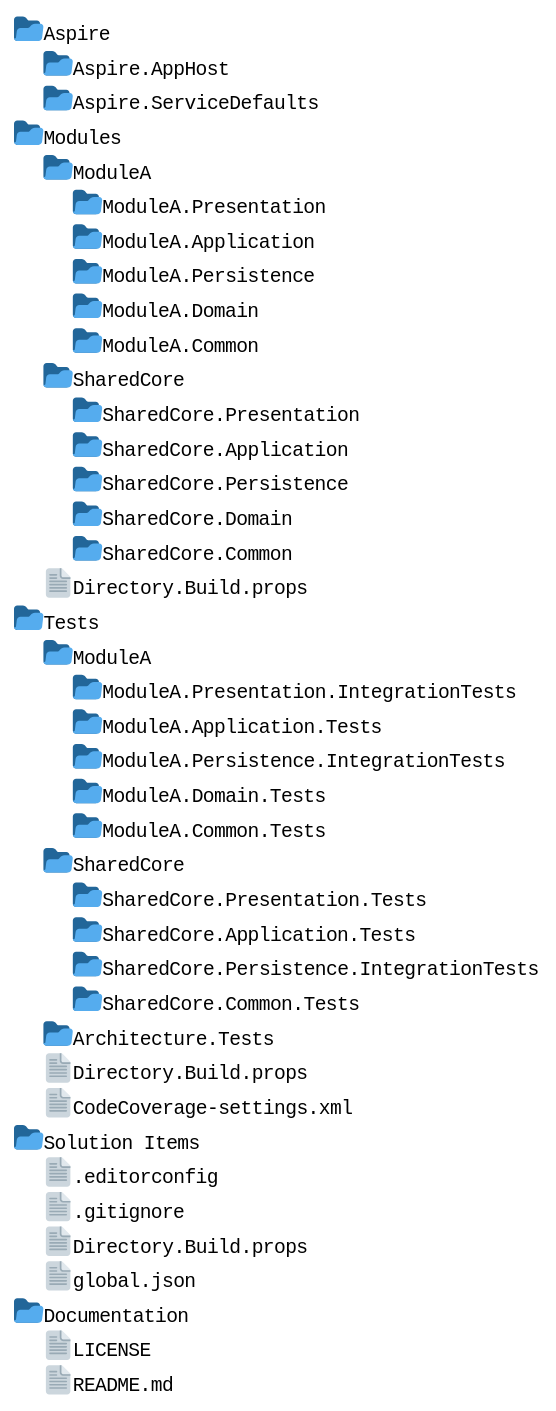
The PlantUML diagram docs/SolutionFolders.svg in p-martinho/Minimal.Api.Template, before a commit.
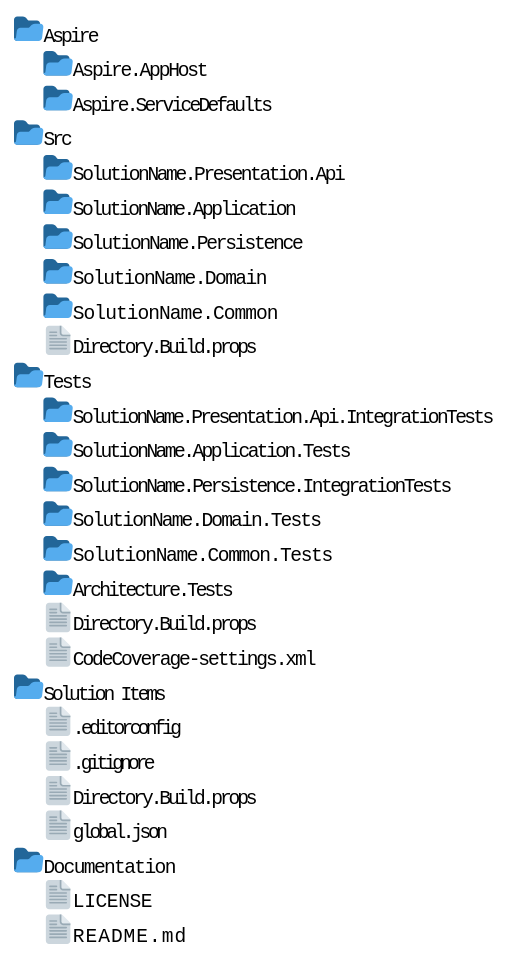
Above is the later version.

The edit, as a diff of the source:
```diff
@@ -2,26 +2,17 @@
 
 /Aspire/Aspire.AppHost/
 /Aspire/Aspire.ServiceDefaults/
-/Modules/ModuleA/ModuleA.Presentation/
-/Modules/ModuleA/ModuleA.Application/
-/Modules/ModuleA/ModuleA.Persistence/
-/Modules/ModuleA/ModuleA.Domain/
-/Modules/ModuleA/ModuleA.Common/
-/Modules/SharedCore/SharedCore.Presentation/
-/Modules/SharedCore/SharedCore.Application/
-/Modules/SharedCore/SharedCore.Persistence/
-/Modules/SharedCore/SharedCore.Domain/
-/Modules/SharedCore/SharedCore.Common/
-/Modules/Directory.Build.props
-/Tests/ModuleA/ModuleA.Presentation.IntegrationTests/
-/Tests/ModuleA/ModuleA.Application.Tests/
-/Tests/ModuleA/ModuleA.Persistence.IntegrationTests/
-/Tests/ModuleA/ModuleA.Domain.Tests/
-/Tests/ModuleA/ModuleA.Common.Tests/
-/Tests/SharedCore/SharedCore.Presentation.Tests/
-/Tests/SharedCore/SharedCore.Application.Tests/
-/Tests/SharedCore/SharedCore.Persistence.IntegrationTests/
-/Tests/SharedCore/SharedCore.Common.Tests/
+/Src/SolutionName.Presentation.Api/
+/Src/SolutionName.Application/
+/Src/SolutionName.Persistence/
+/Src/SolutionName.Domain/
+/Src/SolutionName.Common/
+/Src/Directory.Build.props
+/Tests/SolutionName.Presentation.Api.IntegrationTests/
+/Tests/SolutionName.Application.Tests/
+/Tests/SolutionName.Persistence.IntegrationTests/
+/Tests/SolutionName.Domain.Tests/
+/Tests/SolutionName.Common.Tests/
 /Tests/Architecture.Tests/
 /Tests/Directory.Build.props
 /Tests/CodeCoverage-settings.xml
```
